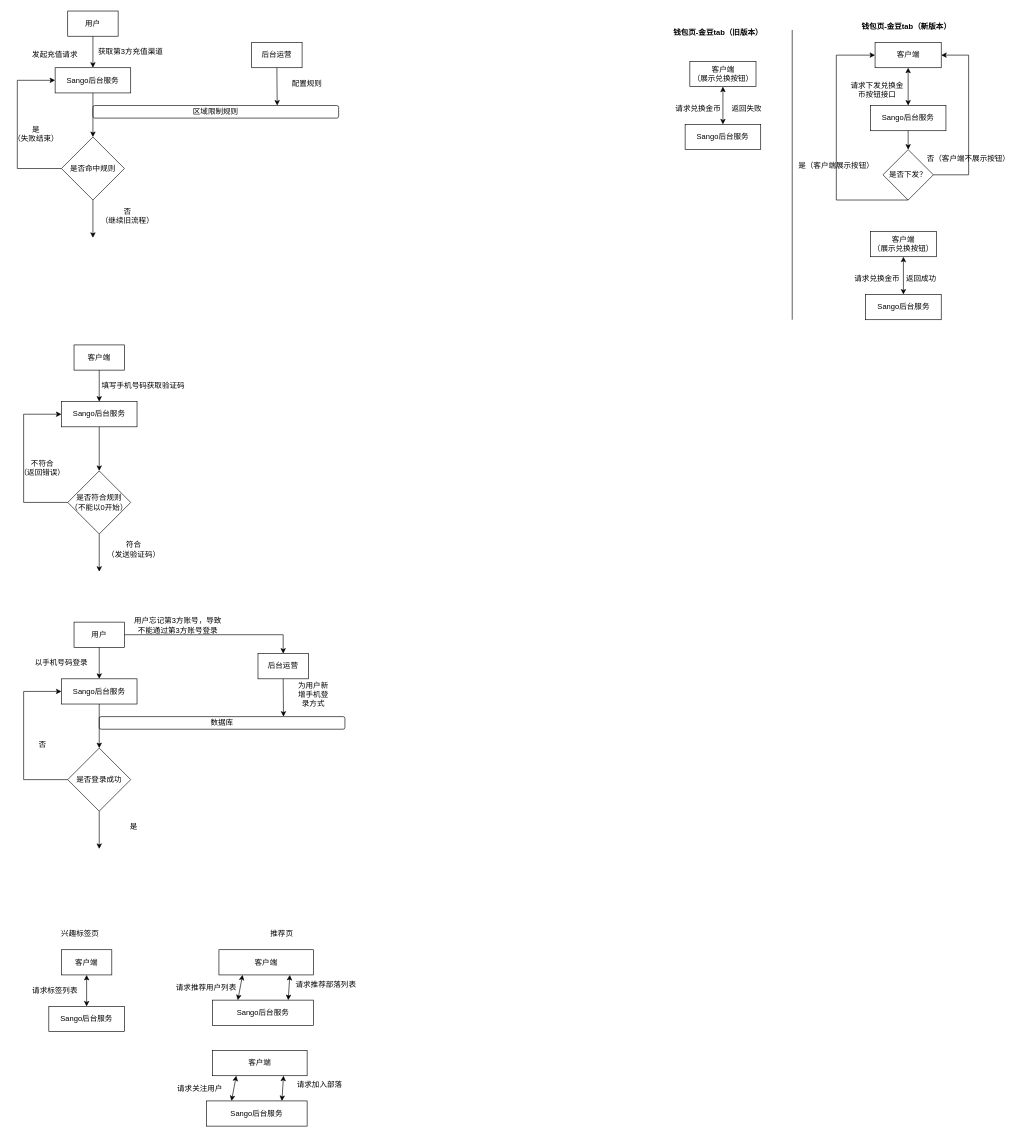
The draw.io diagram tmp.drawio in JianHao-Chen/mqjc, before the edit. Source tidied: cells renumbered, new cells numbered last; positions are measured from the earlier drawing's top-left corner, leaving out a move shared by most shapes. Both pictures are drawn from the tidied source at 63%, with x=0, y=0 at pixel (11, 11).
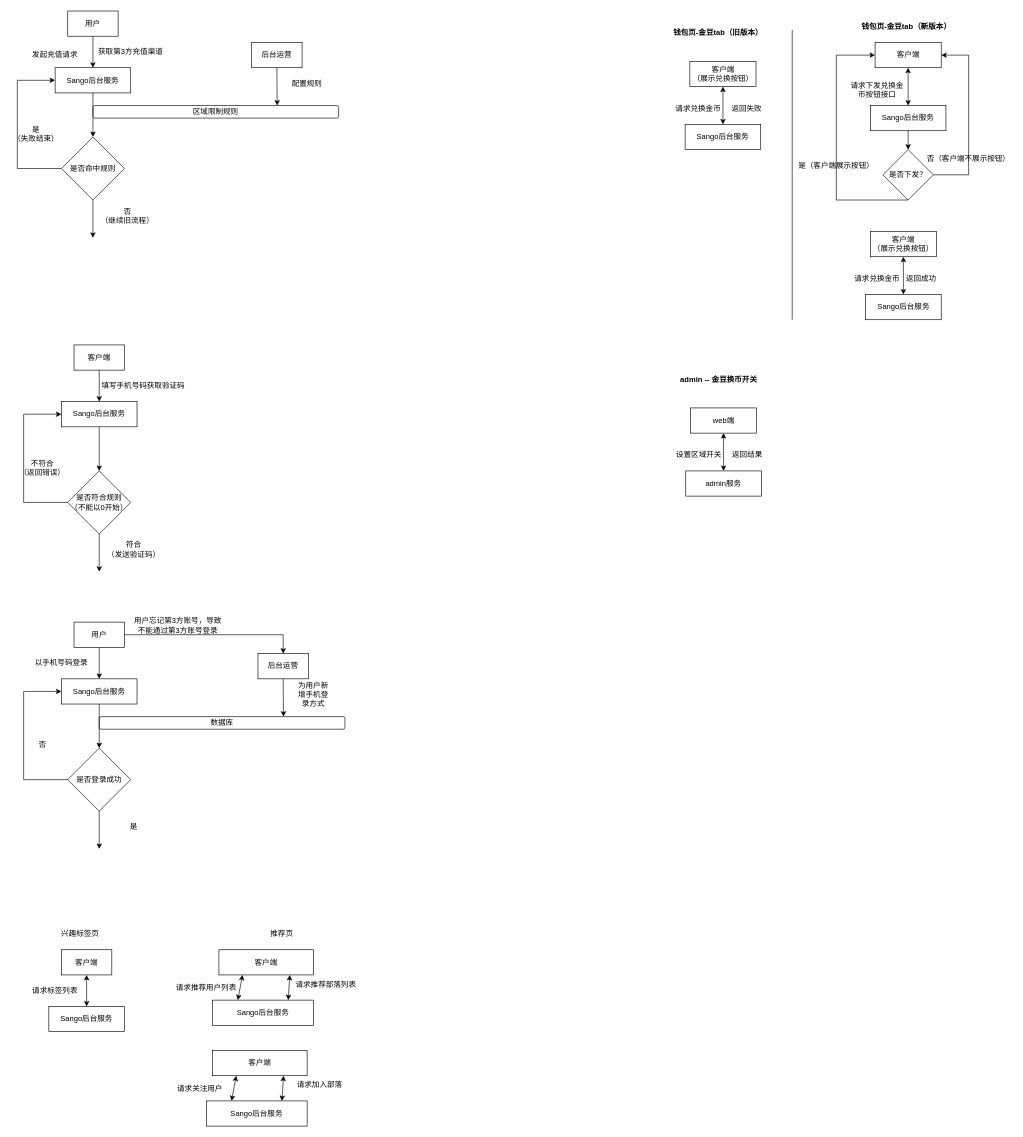
Above is the later version.

Diff of the diagram source:
```diff
@@
+    <mxCell id="84" value="web端" style="rounded=0;whiteSpace=wrap;html=1;" parent="1" vertex="1">
+      <mxGeometry x="1078.5" y="630" width="105" height="40" as="geometry" />
+    </mxCell>
+    <mxCell id="85" value="admin服务" style="rounded=0;whiteSpace=wrap;html=1;" parent="1" vertex="1">
+      <mxGeometry x="1071" y="730" width="120" height="40" as="geometry" />
+    </mxCell>
+    <mxCell id="86" value="&lt;b&gt;admin -- 金豆换币开关&lt;/b&gt;" style="text;html=1;strokeColor=none;fillColor=none;align=center;verticalAlign=middle;whiteSpace=wrap;rounded=0;" parent="1" vertex="1">
+      <mxGeometry x="1046" y="570" width="155" height="30" as="geometry" />
+    </mxCell>
+    <mxCell id="87" value="返回结果" style="text;html=1;strokeColor=none;fillColor=none;align=center;verticalAlign=middle;whiteSpace=wrap;rounded=0;" parent="1" vertex="1">
+      <mxGeometry x="1137" y="690" width="64" height="30" as="geometry" />
+    </mxCell>
+    <mxCell id="88" style="endArrow=classic;startArrow=classic;html=1;rounded=0;entryX=0.5;entryY=1;entryDx=0;entryDy=0;exitX=0.5;exitY=0;exitDx=0;exitDy=0;" parent="1" edge="1" source="85" target="84">
+      <mxGeometry relative="1" as="geometry" />
+    </mxCell>
+    <mxCell id="89" value="设置区域开关" style="text;html=1;strokeColor=none;fillColor=none;align=center;verticalAlign=middle;whiteSpace=wrap;rounded=0;" parent="1" vertex="1">
+      <mxGeometry x="1047" y="690" width="90" height="30" as="geometry" />
+    </mxCell>
```
